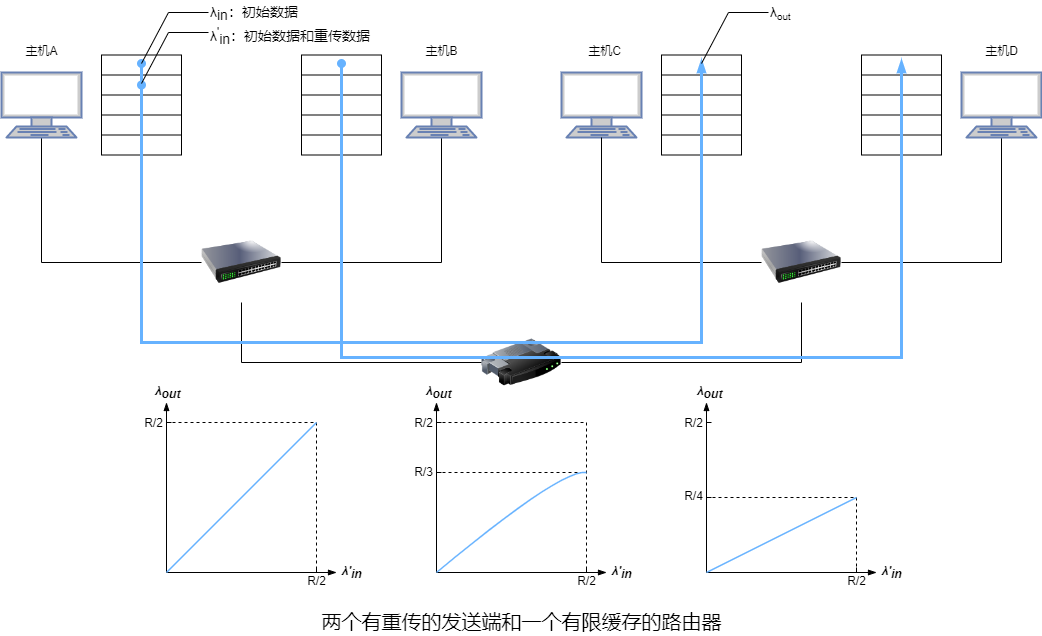
Above: computer-networking/img/two_senders_with_retransmissions_and_a_router_with_finite_buffers.png in an-die-freude/computer-network-note (draw.io), before the change. Source tidied: cells renumbered, new cells last; positions are measured from the earlier drawing's top-left corner, leaving out a move shared by most shapes.
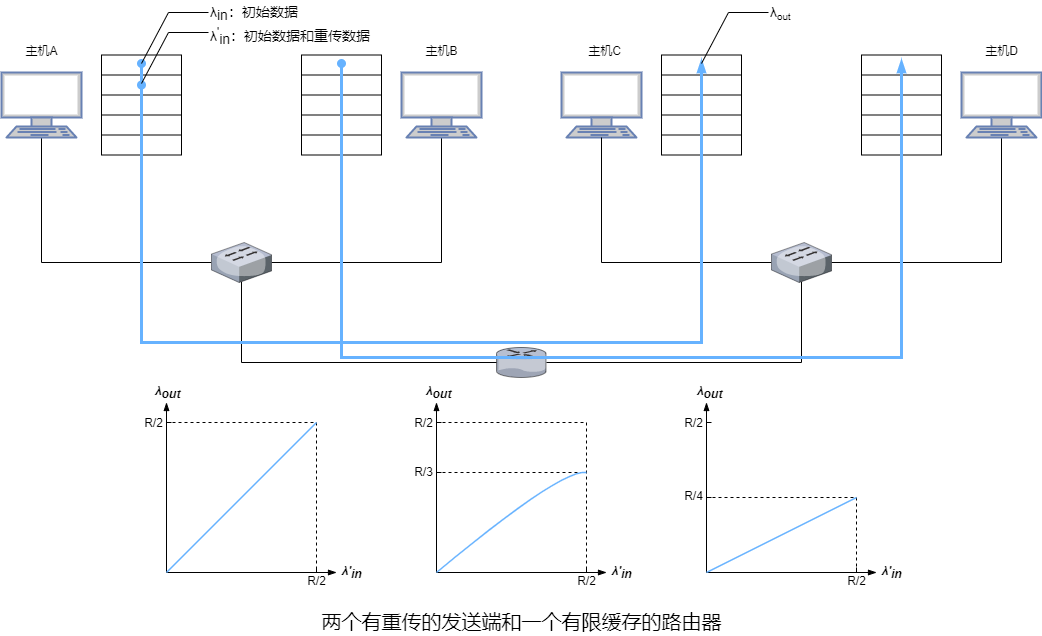
Above is the later version.

Diff of the diagram source:
```diff
@@ -2,8 +2,16 @@
   <root>
     <mxCell id="0" />
     <mxCell id="1" parent="0" />
+    <mxCell id="111" style="verticalLabelPosition=bottom;sketch=0;html=1;verticalAlign=top;strokeColor=none;align=center;shape=mxgraph.citrix.router;" parent="1" vertex="1">
+      <mxGeometry x="495" y="347" width="50" height="30" as="geometry" />
+    </mxCell>
-    <mxCell id="2" style="edgeStyle=orthogonalEdgeStyle;rounded=0;jettySize=auto;html=1;entryX=0;entryY=0.5;entryDx=0;entryDy=0;exitX=0.5;exitY=1;exitDx=0;exitDy=0;exitPerimeter=0;endArrow=none;endFill=0;" parent="1" edge="1" source="3" target="16">
-      <mxGeometry relative="1" as="geometry" />
+    <mxCell id="2" style="edgeStyle=orthogonalEdgeStyle;rounded=0;jettySize=auto;html=1;entryX=0;entryY=0.5;entryDx=0;entryDy=0;exitX=0.5;exitY=1;exitDx=0;exitDy=0;exitPerimeter=0;endArrow=none;endFill=0;" parent="1" edge="1" source="3">
+      <mxGeometry relative="1" as="geometry">
+        <mxPoint x="210" y="262" as="targetPoint" />
+        <Array as="points">
+          <mxPoint x="40" y="262" />
+        </Array>
+      </mxGeometry>
     </mxCell>
     <mxCell id="3" style="fontColor=#0066CC;verticalAlign=top;verticalLabelPosition=bottom;labelPosition=center;align=center;html=1;outlineConnect=0;fillColor=#CCCCCC;strokeColor=#6881B3;gradientColor=none;gradientDirection=north;strokeWidth=2;shape=mxgraph.networks.terminal;" parent="1" vertex="1">
       <mxGeometry y="72" width="80" height="65" as="geometry" />
@@ -41,12 +49,15 @@
     <mxCell id="14" style="shape=partialRectangle;html=1;whiteSpace=wrap;overflow=hidden;fillColor=none;top=0;left=0;bottom=0;right=0;" parent="13" vertex="1">
       <mxGeometry width="80" height="20" as="geometry" />
     </mxCell>
-    <mxCell id="15" style="edgeStyle=orthogonalEdgeStyle;rounded=0;jettySize=auto;html=1;entryX=0;entryY=0.5;entryDx=0;entryDy=0;endArrow=none;endFill=0;exitX=0.5;exitY=1;exitDx=0;exitDy=0;" parent="1" edge="1" source="16" target="31">
-      <mxGeometry relative="1" as="geometry" />
+    <mxCell id="15" style="edgeStyle=orthogonalEdgeStyle;rounded=0;orthogonalLoop=1;jettySize=auto;html=1;entryX=0;entryY=0.5;entryDx=0;entryDy=0;endArrow=none;endFill=0;exitX=0.5;exitY=1;exitDx=0;exitDy=0;" parent="1" edge="1">
+      <mxGeometry relative="1" as="geometry">
+        <mxPoint x="240" y="281" as="sourcePoint" />
+        <mxPoint x="495" y="362" as="targetPoint" />
+        <Array as="points">
+          <mxPoint x="240" y="362" />
+        </Array>
+      </mxGeometry>
     </mxCell>
-    <mxCell id="16" style="image;html=1;image=img/lib/clip_art/networking/Switch_128x128.png;" parent="1" vertex="1">
-      <mxGeometry x="200" y="222" width="80" height="80" as="geometry" />
-    </mxCell>
     <mxCell id="17" style="shape=table;startSize=0;" parent="1" vertex="1">
       <mxGeometry x="300" y="54.5" width="80" height="100" as="geometry" />
     </mxCell>
@@ -80,18 +91,23 @@
     <mxCell id="27" style="shape=partialRectangle;html=1;whiteSpace=wrap;overflow=hidden;fillColor=none;top=0;left=0;bottom=0;right=0;" parent="26" vertex="1">
       <mxGeometry width="80" height="20" as="geometry" />
     </mxCell>
-    <mxCell id="28" style="edgeStyle=orthogonalEdgeStyle;rounded=0;jettySize=auto;html=1;entryX=1;entryY=0.5;entryDx=0;entryDy=0;endArrow=none;endFill=0;exitX=0.5;exitY=1;exitDx=0;exitDy=0;exitPerimeter=0;" parent="1" edge="1" source="29" target="16">
-      <mxGeometry relative="1" as="geometry" />
+    <mxCell id="28" style="edgeStyle=orthogonalEdgeStyle;rounded=0;jettySize=auto;html=1;entryX=1;entryY=0.5;entryDx=0;entryDy=0;endArrow=none;endFill=0;exitX=0.5;exitY=1;exitDx=0;exitDy=0;exitPerimeter=0;" parent="1" edge="1" source="29">
+      <mxGeometry relative="1" as="geometry">
+        <mxPoint x="270" y="262" as="targetPoint" />
+        <Array as="points">
+          <mxPoint x="440" y="262" />
+        </Array>
+      </mxGeometry>
     </mxCell>
     <mxCell id="29" style="fontColor=#0066CC;verticalAlign=top;verticalLabelPosition=bottom;labelPosition=center;align=center;html=1;outlineConnect=0;fillColor=#CCCCCC;strokeColor=#6881B3;gradientColor=none;gradientDirection=north;strokeWidth=2;shape=mxgraph.networks.terminal;" parent="1" vertex="1">
       <mxGeometry x="400" y="72" width="80" height="65" as="geometry" />
     </mxCell>
-    <mxCell id="30" style="edgeStyle=orthogonalEdgeStyle;rounded=0;jettySize=auto;html=1;endArrow=none;endFill=0;" parent="1" edge="1" source="31" target="46">
-      <mxGeometry relative="1" as="geometry" />
+    <mxCell id="30" style="edgeStyle=orthogonalEdgeStyle;rounded=0;orthogonalLoop=1;jettySize=auto;html=1;endArrow=none;endFill=0;" parent="1" edge="1">
+      <mxGeometry relative="1" as="geometry">
+        <mxPoint x="545" y="362" as="sourcePoint" />
+        <mxPoint x="800" y="281" as="targetPoint" />
+      </mxGeometry>
     </mxCell>
-    <mxCell id="31" style="image;html=1;image=img/lib/clip_art/networking/Router_128x128.png;" parent="1" vertex="1">
-      <mxGeometry x="480" y="322" width="80" height="80" as="geometry" />
-    </mxCell>
     <mxCell id="32" style="fontColor=#0066CC;verticalAlign=top;verticalLabelPosition=bottom;labelPosition=center;align=center;html=1;outlineConnect=0;fillColor=#CCCCCC;strokeColor=#6881B3;gradientColor=none;gradientDirection=north;strokeWidth=2;shape=mxgraph.networks.terminal;" parent="1" vertex="1">
       <mxGeometry x="560" y="72" width="80" height="65" as="geometry" />
     </mxCell>
@@ -128,15 +144,16 @@
     <mxCell id="43" style="shape=partialRectangle;html=1;whiteSpace=wrap;overflow=hidden;fillColor=none;top=0;left=0;bottom=0;right=0;" parent="42" vertex="1">
       <mxGeometry width="80" height="20" as="geometry" />
     </mxCell>
-    <mxCell id="44" style="edgeStyle=orthogonalEdgeStyle;rounded=0;jettySize=auto;html=1;entryX=0.5;entryY=1;entryDx=0;entryDy=0;entryPerimeter=0;endArrow=none;endFill=0;" parent="1" edge="1" source="46" target="32">
-      <mxGeometry relative="1" as="geometry" />
+    <mxCell id="44" style="edgeStyle=orthogonalEdgeStyle;rounded=0;jettySize=auto;html=1;entryX=0.5;entryY=1;entryDx=0;entryDy=0;entryPerimeter=0;endArrow=none;endFill=0;" parent="1" edge="1" target="32">
+      <mxGeometry relative="1" as="geometry">
+        <mxPoint x="770" y="262" as="sourcePoint" />
+      </mxGeometry>
     </mxCell>
-    <mxCell id="45" style="edgeStyle=orthogonalEdgeStyle;rounded=0;jettySize=auto;html=1;entryX=0.5;entryY=1;entryDx=0;entryDy=0;entryPerimeter=0;endArrow=none;endFill=0;" parent="1" edge="1" source="46" target="58">
-      <mxGeometry relative="1" as="geometry" />
+    <mxCell id="45" style="edgeStyle=orthogonalEdgeStyle;rounded=0;jettySize=auto;html=1;entryX=0.5;entryY=1;entryDx=0;entryDy=0;entryPerimeter=0;endArrow=none;endFill=0;" parent="1" edge="1" target="58">
+      <mxGeometry relative="1" as="geometry">
+        <mxPoint x="830" y="262" as="sourcePoint" />
+      </mxGeometry>
     </mxCell>
-    <mxCell id="46" style="image;html=1;image=img/lib/clip_art/networking/Switch_128x128.png;" parent="1" vertex="1">
-      <mxGeometry x="760" y="222" width="80" height="80" as="geometry" />
-    </mxCell>
     <mxCell id="47" style="shape=table;startSize=0;" parent="1" vertex="1">
       <mxGeometry x="860" y="54.5" width="80" height="100" as="geometry" />
     </mxCell>
@@ -436,5 +453,11 @@
         <mxPoint x="855" y="497" as="targetPoint" />
       </mxGeometry>
     </mxCell>
+    <mxCell id="112" style="verticalLabelPosition=bottom;sketch=0;html=1;verticalAlign=top;strokeColor=none;align=center;shape=mxgraph.citrix.switch;" parent="1" vertex="1">
+      <mxGeometry x="210" y="242" width="60" height="40" as="geometry" />
+    </mxCell>
+    <mxCell id="113" style="verticalLabelPosition=bottom;sketch=0;html=1;verticalAlign=top;strokeColor=none;align=center;shape=mxgraph.citrix.switch;" parent="1" vertex="1">
+      <mxGeometry x="770" y="242" width="60" height="40" as="geometry" />
+    </mxCell>
   </root>
 </mxGraphModel>
```
